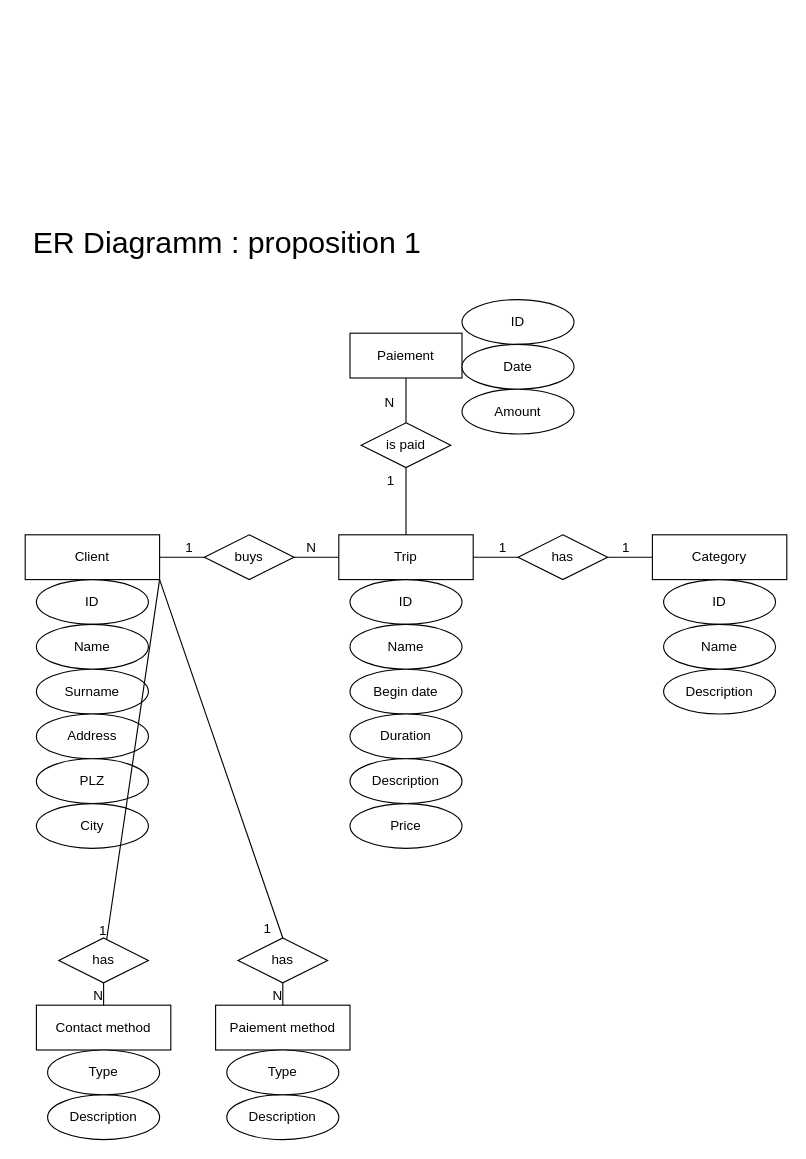
phootrf/DBProjet1 keeps this draw.io diagram as DB Projekt 1.drawio. Above is the earlier version. Source tidied: cells renumbered, new cells numbered last; positions are measured from the earlier drawing's top-left corner, leaving out a move shared by most shapes. Both pictures are drawn from the tidied source at 112%, with x=0, y=0 at pixel (25, 221).
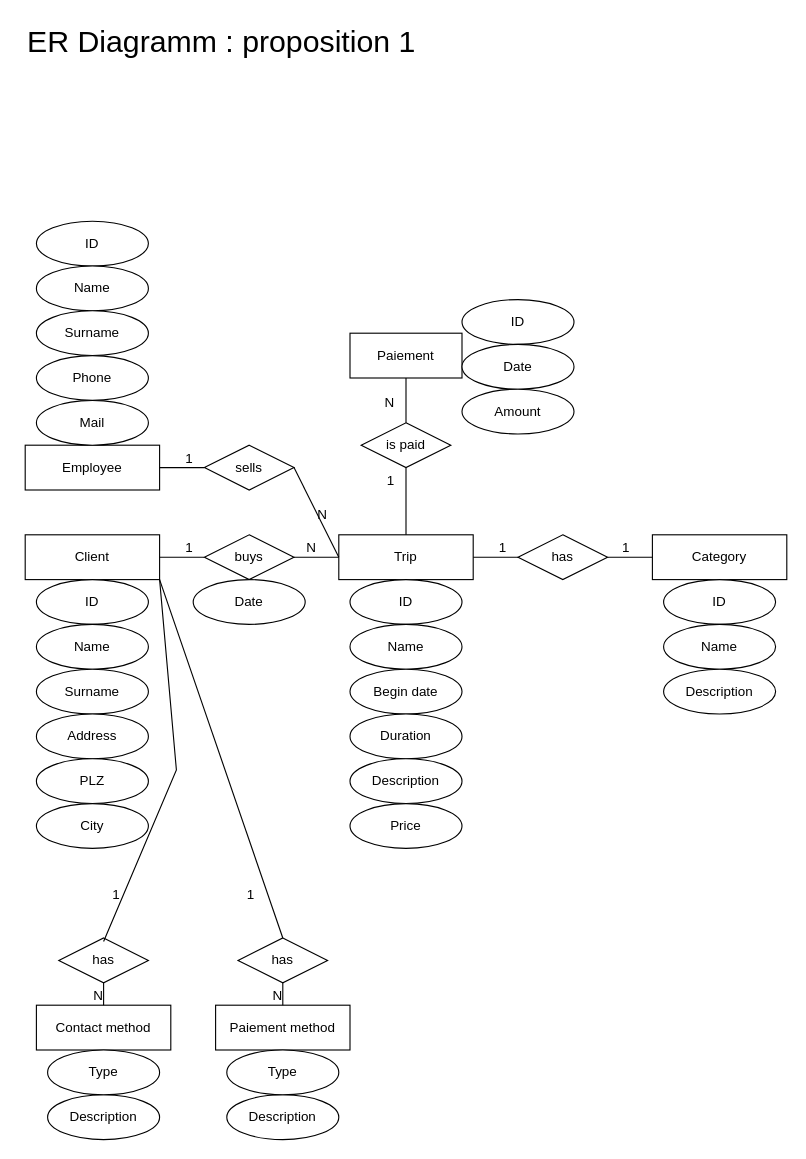
The same page after the edit.

Unchanged cells that the change refers to:
```xml
<mxCell id="3" value="Trip" style="whiteSpace=wrap;html=1;align=center;" parent="1" vertex="1">
  <mxGeometry x="280" y="280" width="120" height="40" as="geometry" />
</mxCell>
<mxCell id="32" value="has" style="shape=rhombus;perimeter=rhombusPerimeter;whiteSpace=wrap;html=1;align=center;" parent="1" vertex="1">
  <mxGeometry x="30" y="640" width="80" height="40" as="geometry" />
</mxCell>
<mxCell id="38" style="endArrow=none;html=1;rounded=0;exitX=1;exitY=1;exitDx=0;exitDy=0;entryX=0.5;entryY=0;entryDx=0;entryDy=0;" parent="1" edge="1" source="2" target="33">
  <mxGeometry relative="1" as="geometry" />
</mxCell>
```

Change to the diagram source:
```diff
@@
     <mxCell id="39" value="1" style="html=1;align=right;verticalAlign=bottom;" parent="38" vertex="1">
       <mxGeometry x="1" relative="1" as="geometry">
-        <mxPoint x="-10" as="offset" />
+        <mxPoint x="-25" y="-30" as="offset" />
       </mxGeometry>
     </mxCell>
-    <mxCell id="40" style="endArrow=none;html=1;rounded=0;" parent="1" edge="1" target="32">
+    <mxCell id="40" style="endArrow=none;html=1;rounded=0;entryX=0.5;entryY=0.08;entryDx=0;entryDy=0;entryPerimeter=0;" parent="1" edge="1" target="32">
       <mxGeometry relative="1" as="geometry">
         <mxPoint x="120" y="320" as="sourcePoint" />
+        <Array as="points">
+          <mxPoint x="135" y="490" />
+        </Array>
       </mxGeometry>
     </mxCell>
     <mxCell id="41" value="1" style="html=1;align=right;verticalAlign=bottom;" parent="40" vertex="1">
-      <mxGeometry x="1" relative="1" as="geometry" />
+      <mxGeometry x="1" relative="1" as="geometry">
+        <mxPoint x="15" y="-33" as="offset" />
+      </mxGeometry>
     </mxCell>
@@
     <mxCell id="48" value="ER Diagramm : proposition 1" style="text;html=1;align=center;verticalAlign=middle;fillColor=none;strokeColor=none;rounded=0;fontSize=27;" parent="1" vertex="1">
-      <mxGeometry width="360" height="40" as="geometry" />
+      <mxGeometry x="-5" y="-180" width="360" height="40" as="geometry" />
     </mxCell>
@@
+    <mxCell id="56" value="Employee" style="whiteSpace=wrap;html=1;align=center;" parent="1" vertex="1">
+      <mxGeometry y="200" width="120" height="40" as="geometry" />
+    </mxCell>
+    <mxCell id="57" value="sells" style="shape=rhombus;perimeter=rhombusPerimeter;whiteSpace=wrap;html=1;align=center;" parent="1" vertex="1">
+      <mxGeometry x="160" y="200" width="80" height="40" as="geometry" />
+    </mxCell>
+    <mxCell id="58" style="endArrow=none;html=1;rounded=0;exitX=1;exitY=0.5;exitDx=0;exitDy=0;entryX=0;entryY=0.5;entryDx=0;entryDy=0;" parent="1" edge="1" source="56" target="57">
+      <mxGeometry relative="1" as="geometry" />
+    </mxCell>
+    <mxCell id="59" value="1" style="html=1;align=right;verticalAlign=bottom;" parent="58" vertex="1">
+      <mxGeometry x="1" relative="1" as="geometry">
+        <mxPoint x="-10" as="offset" />
+      </mxGeometry>
+    </mxCell>
+    <mxCell id="60" style="endArrow=none;html=1;rounded=0;fontSize=27;exitX=1;exitY=0.5;exitDx=0;exitDy=0;entryX=0;entryY=0.5;entryDx=0;entryDy=0;" parent="1" edge="1" source="57" target="3">
+      <mxGeometry relative="1" as="geometry" />
+    </mxCell>
+    <mxCell id="61" value="N" style="html=1;align=right;verticalAlign=bottom;" parent="60" vertex="1">
+      <mxGeometry x="1" relative="1" as="geometry">
+        <mxPoint x="-10" y="-30" as="offset" />
+      </mxGeometry>
+    </mxCell>
+    <mxCell id="62" value="ID" style="ellipse;whiteSpace=wrap;html=1;align=center;" parent="1" vertex="1">
+      <mxGeometry x="10" width="100" height="40" as="geometry" />
+    </mxCell>
+    <mxCell id="63" value="Name" style="ellipse;whiteSpace=wrap;html=1;align=center;" parent="1" vertex="1">
+      <mxGeometry x="10" y="40" width="100" height="40" as="geometry" />
+    </mxCell>
+    <mxCell id="64" value="Surname" style="ellipse;whiteSpace=wrap;html=1;align=center;" parent="1" vertex="1">
+      <mxGeometry x="10" y="80" width="100" height="40" as="geometry" />
+    </mxCell>
+    <mxCell id="65" value="Mail" style="ellipse;whiteSpace=wrap;html=1;align=center;" parent="1" vertex="1">
+      <mxGeometry x="10" y="160" width="100" height="40" as="geometry" />
+    </mxCell>
+    <mxCell id="66" value="Phone" style="ellipse;whiteSpace=wrap;html=1;align=center;" parent="1" vertex="1">
+      <mxGeometry x="10" y="120" width="100" height="40" as="geometry" />
+    </mxCell>
+    <mxCell id="67" value="Date" style="ellipse;whiteSpace=wrap;html=1;align=center;" parent="1" vertex="1">
+      <mxGeometry x="150" y="320" width="100" height="40" as="geometry" />
+    </mxCell>
```
